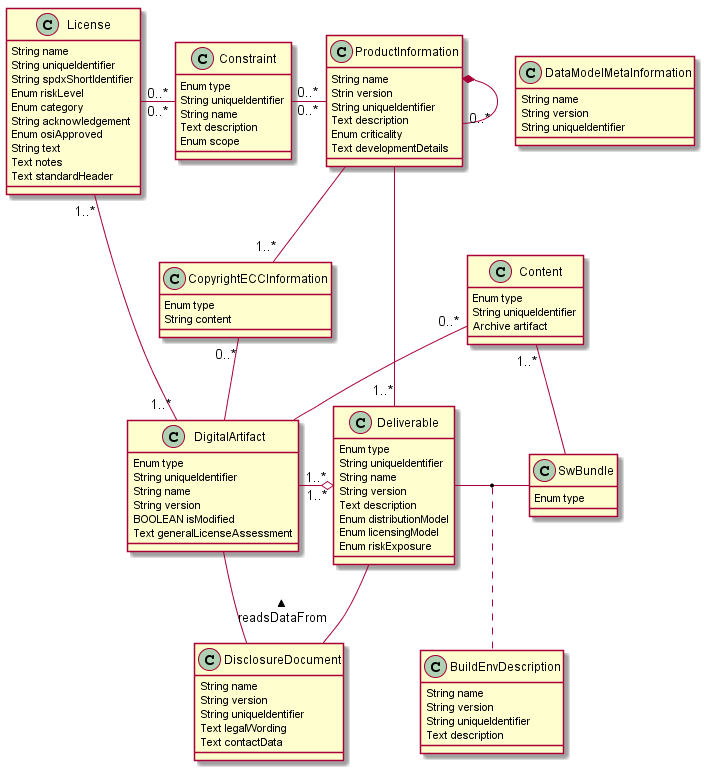
Above: Tooling-Landscape/Unanimous-Understanding/Data Structures/DataExchangeFormat-UML-Class-Diagram.png in Open-Source-Compliance/Sharing-creates-value (PlantUML), before the change.
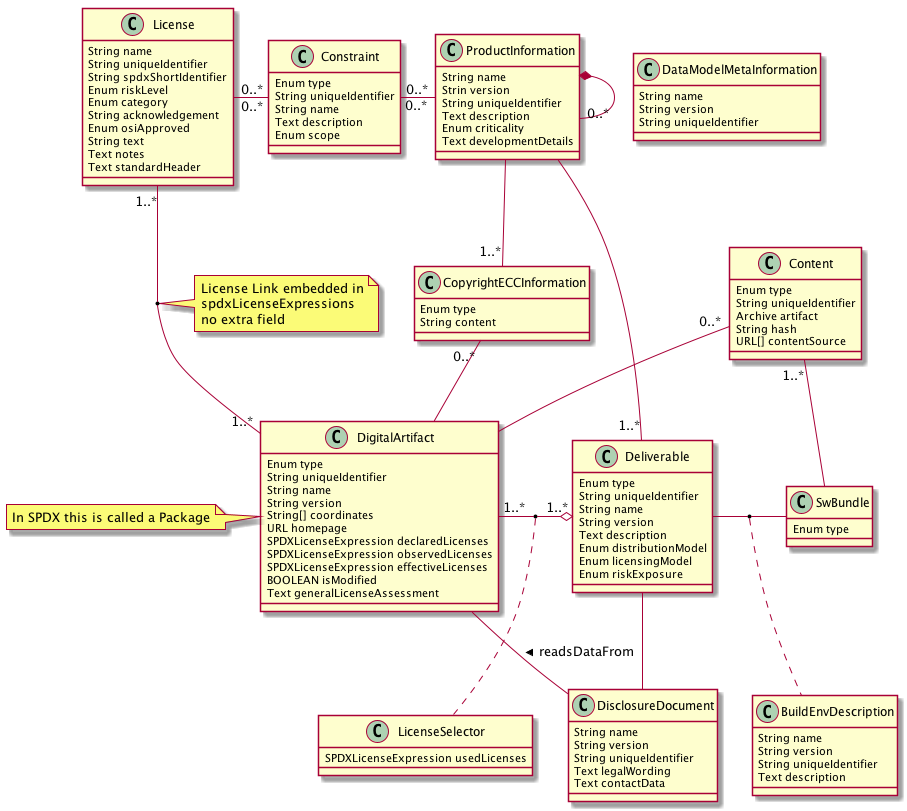
After the commit.

Commit message:
Data Model Extensions as required by Bosch SI

What changed in the source:
```diff
@@ -10,6 +10,8 @@
 	Enum type
 	String uniqueIdentifier
 	Archive artifact
+  String hash
+  URL[] contentSource
 }
 
 class Constraint {
@@ -50,13 +52,31 @@
   Text contactData
 }
 
+
+
 class DigitalArtifact {
   Enum type
   String uniqueIdentifier
   String name
   String version
+  String[] coordinates
+  URL homepage
+  SPDXLicenseExpression declaredLicenses
+  SPDXLicenseExpression observedLicenses
+  SPDXLicenseExpression effectiveLicenses
   BOOLEAN isModified
   Text generalLicenseAssessment
+}
+note left: In SPDX this is called a Package
+
+note as license_ref
+  License Link embedded in
+  spdxLicenseExpressions
+  no extra field
+end note
+
+class LicenseSelector {
+  SPDXLicenseExpression usedLicenses
 }
 
 class License {
@@ -70,7 +90,6 @@
   String text
   Text notes
   Text standardHeader
-
 }
 
 class ProductInformation {
@@ -86,6 +105,7 @@
 }
 
 License "1..*" -- "1..*" DigitalArtifact
+(License, DigitalArtifact) .. license_ref
 License "0..*" - "0..*" Constraint
 Constraint "0..*" - "0..*" ProductInformation
 CopyrightECCInformation "0..*" -- DigitalArtifact
@@ -94,6 +114,7 @@
 (Deliverable, SwBundle) .. BuildEnvDescription
 Content "0..*" -- DigitalArtifact
 DigitalArtifact "1..*" -o "1..*" Deliverable
+(DigitalArtifact, Deliverable) .. LicenseSelector
 Content "1..*" -- SwBundle
 ProductInformation -- "1..*" CopyrightECCInformation
 ProductInformation -- "1..*" Deliverable
```
